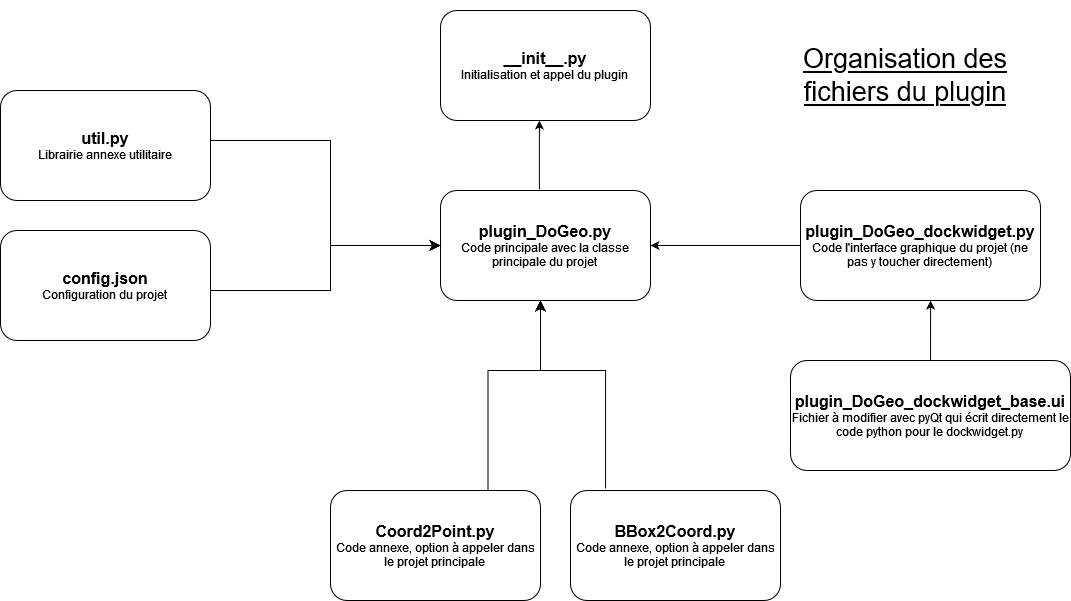
leonielrx/ProjetInfo_DoGeo keeps this draw.io diagram as Diag_act_plugin_general.drawio.png. Above is the earlier version. Source tidied: cells renumbered, new cells last; positions are measured from the earlier drawing's top-left corner, leaving out a move shared by most shapes.
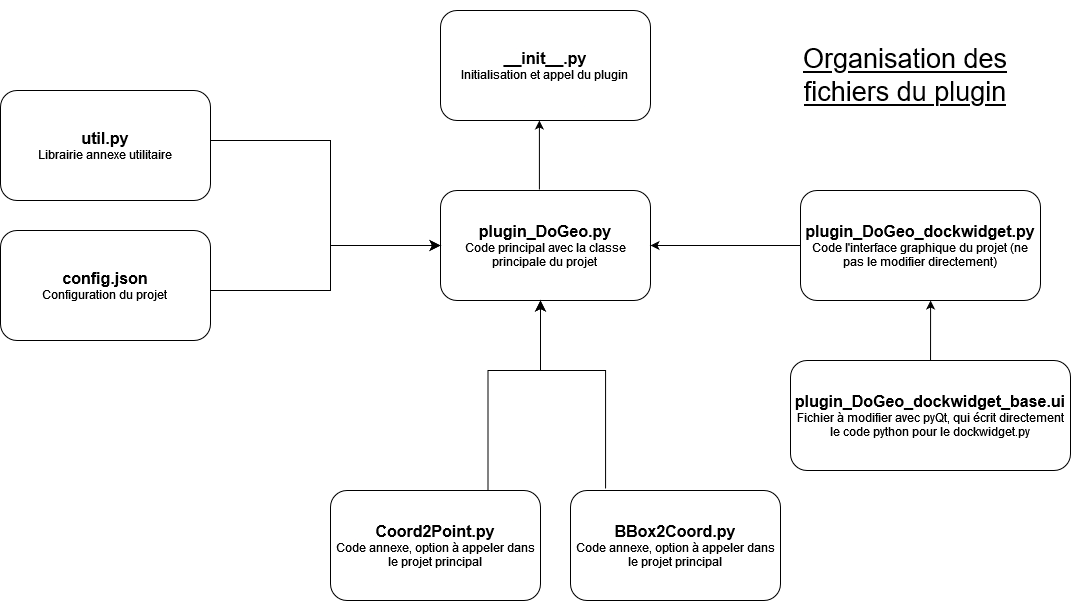
After the commit.

Commit message:
Mettre à jour Diag_act_plugin_general.drawio.png

The edit, as a diff of the source:
```diff
@@ -5,7 +5,7 @@
     <mxCell id="2" value="Organisation des fichiers du plugin " style="text;html=1;align=center;verticalAlign=middle;whiteSpace=wrap;rounded=0;fontSize=27;fontStyle=4;" parent="1" vertex="1">
       <mxGeometry x="760" width="290" height="150" as="geometry" />
     </mxCell>
-    <mxCell id="3" value="&lt;div&gt;&lt;b&gt;&lt;font style=&quot;font-size: 16px;&quot;&gt;plugin_DoGeo.py&lt;/font&gt;&lt;/b&gt;&lt;/div&gt;&lt;div&gt;Code principale avec la classe principale du projet&lt;br&gt;&lt;/div&gt;" style="rounded=1;whiteSpace=wrap;html=1;" parent="1" vertex="1">
+    <mxCell id="3" value="&lt;div&gt;&lt;b&gt;&lt;font style=&quot;font-size: 16px;&quot;&gt;plugin_DoGeo.py&lt;/font&gt;&lt;/b&gt;&lt;/div&gt;&lt;div&gt;Code principal avec la classe principale du projet&lt;br&gt;&lt;/div&gt;" style="rounded=1;whiteSpace=wrap;html=1;" parent="1" vertex="1">
       <mxGeometry x="440" y="190" width="210" height="110" as="geometry" />
     </mxCell>
     <mxCell id="4" value="&lt;div&gt;&lt;b&gt;&lt;font style=&quot;font-size: 16px;&quot;&gt;__init__.py&lt;/font&gt;&lt;/b&gt;&lt;/div&gt;&lt;div&gt;Initialisation et appel du plugin&lt;br&gt;&lt;/div&gt;" style="rounded=1;whiteSpace=wrap;html=1;" parent="1" vertex="1">
@@ -14,19 +14,19 @@
     <mxCell id="5" style="endArrow=classic;html=1;rounded=0;exitX=0.471;exitY=-0.009;exitDx=0;exitDy=0;exitPerimeter=0;entryX=0.471;entryY=1;entryDx=0;entryDy=0;entryPerimeter=0;" parent="1" edge="1" source="3" target="4">
       <mxGeometry relative="1" as="geometry" />
     </mxCell>
-    <mxCell id="6" value="&lt;div&gt;&lt;b&gt;&lt;font style=&quot;font-size: 16px;&quot;&gt;plugin_DoGeo&lt;/font&gt;&lt;/b&gt;&lt;b&gt;&lt;font style=&quot;font-size: 16px;&quot;&gt;_dockwidget.py&lt;/font&gt;&lt;/b&gt;&lt;/div&gt;&lt;div&gt;Code l'interface graphique du projet (ne pas y toucher directement)&lt;br&gt;&lt;/div&gt;" style="rounded=1;whiteSpace=wrap;html=1;" parent="1" vertex="1">
+    <mxCell id="6" value="&lt;div&gt;&lt;b&gt;&lt;font style=&quot;font-size: 16px;&quot;&gt;plugin_DoGeo&lt;/font&gt;&lt;/b&gt;&lt;b&gt;&lt;font style=&quot;font-size: 16px;&quot;&gt;_dockwidget.py&lt;/font&gt;&lt;/b&gt;&lt;/div&gt;&lt;div&gt;Code l'interface graphique du projet (ne pas le modifier directement)&lt;br&gt;&lt;/div&gt;" style="rounded=1;whiteSpace=wrap;html=1;" parent="1" vertex="1">
       <mxGeometry x="800" y="190" width="240" height="110" as="geometry" />
     </mxCell>
-    <mxCell id="7" value="&lt;div&gt;&lt;b&gt;&lt;font style=&quot;font-size: 16px;&quot;&gt;plugin_DoGeo&lt;/font&gt;&lt;/b&gt;&lt;b&gt;&lt;font style=&quot;font-size: 16px;&quot;&gt;_dockwidget_base.ui&lt;/font&gt;&lt;/b&gt;&lt;/div&gt;&lt;div&gt;Fichier à modifier avec pyQt qui écrit directement le code python pour le dockwidget.py&lt;br&gt;&lt;/div&gt;" style="rounded=1;whiteSpace=wrap;html=1;" parent="1" vertex="1">
+    <mxCell id="7" value="&lt;div&gt;&lt;b&gt;&lt;font style=&quot;font-size: 16px;&quot;&gt;plugin_DoGeo&lt;/font&gt;&lt;/b&gt;&lt;b&gt;&lt;font style=&quot;font-size: 16px;&quot;&gt;_dockwidget_base.ui&lt;/font&gt;&lt;/b&gt;&lt;/div&gt;&lt;div&gt;Fichier à modifier avec pyQt, qui écrit directement le code python pour le dockwidget.py&lt;br&gt;&lt;/div&gt;" style="rounded=1;whiteSpace=wrap;html=1;" parent="1" vertex="1">
       <mxGeometry x="790" y="360" width="280" height="110" as="geometry" />
     </mxCell>
     <mxCell id="8" style="endArrow=classic;html=1;rounded=0;entryX=0.542;entryY=1;entryDx=0;entryDy=0;entryPerimeter=0;" parent="1" edge="1" source="7" target="6">
       <mxGeometry relative="1" as="geometry" />
     </mxCell>
-    <mxCell id="9" value="&lt;div&gt;&lt;b&gt;&lt;font style=&quot;font-size: 16px;&quot;&gt;Coord2Point.py&lt;/font&gt;&lt;/b&gt;&lt;/div&gt;&lt;div&gt;Code annexe, option à appeler dans le projet principale&lt;br&gt;&lt;/div&gt;" style="rounded=1;whiteSpace=wrap;html=1;" parent="1" vertex="1">
+    <mxCell id="9" value="&lt;div&gt;&lt;b&gt;&lt;font style=&quot;font-size: 16px;&quot;&gt;Coord2Point.py&lt;/font&gt;&lt;/b&gt;&lt;/div&gt;&lt;div&gt;Code annexe, option à appeler dans le projet principal&lt;br&gt;&lt;/div&gt;" style="rounded=1;whiteSpace=wrap;html=1;" parent="1" vertex="1">
       <mxGeometry x="330" y="490" width="210" height="110" as="geometry" />
     </mxCell>
-    <mxCell id="10" value="&lt;div&gt;&lt;b&gt;&lt;font style=&quot;font-size: 16px;&quot;&gt;BBox2Coord.py&lt;/font&gt;&lt;/b&gt;&lt;/div&gt;&lt;div&gt;Code annexe, option à appeler dans le projet principale&lt;br&gt;&lt;/div&gt;" style="rounded=1;whiteSpace=wrap;html=1;" parent="1" vertex="1">
+    <mxCell id="10" value="&lt;div&gt;&lt;b&gt;&lt;font style=&quot;font-size: 16px;&quot;&gt;BBox2Coord.py&lt;/font&gt;&lt;/b&gt;&lt;/div&gt;&lt;div&gt;Code annexe, option à appeler dans le projet principal&lt;br&gt;&lt;/div&gt;" style="rounded=1;whiteSpace=wrap;html=1;" parent="1" vertex="1">
       <mxGeometry x="570" y="490" width="210" height="110" as="geometry" />
     </mxCell>
     <mxCell id="11" style="edgeStyle=elbowEdgeStyle;elbow=vertical;endArrow=classic;html=1;curved=0;rounded=0;endSize=8;startSize=8;exitX=0.75;exitY=0;exitDx=0;exitDy=0;" parent="1" edge="1" source="9">
```
